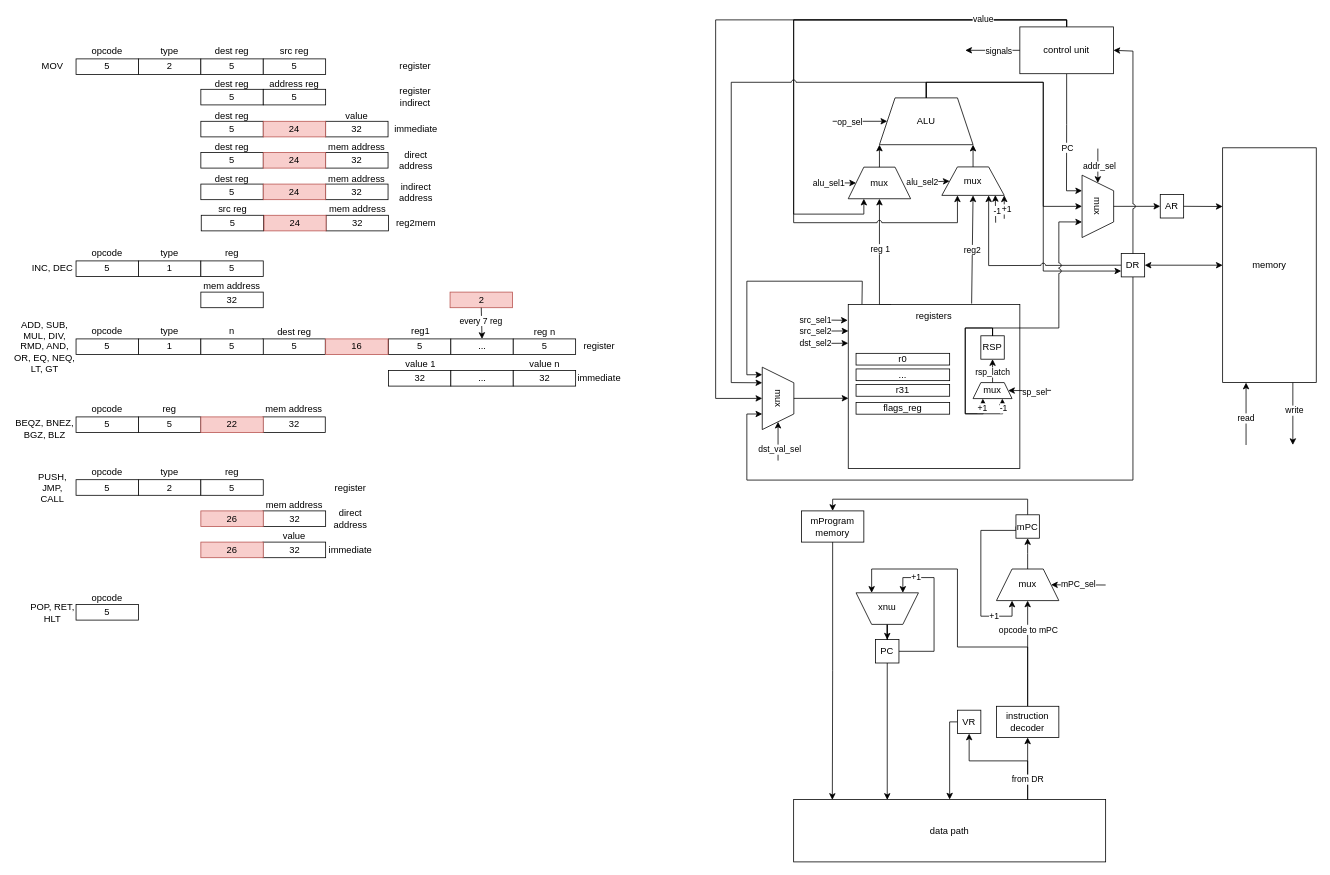
Earlier version of the draw.io diagram resources/csa_lab4.drawio (vanya9090/csa_lab4). Source tidied: cells renumbered, new cells numbered last; positions are measured from the earlier drawing's top-left corner, leaving out a move shared by most shapes. Both pictures are drawn from the tidied source at 78%, with x=0, y=0 at pixel (13, 20).
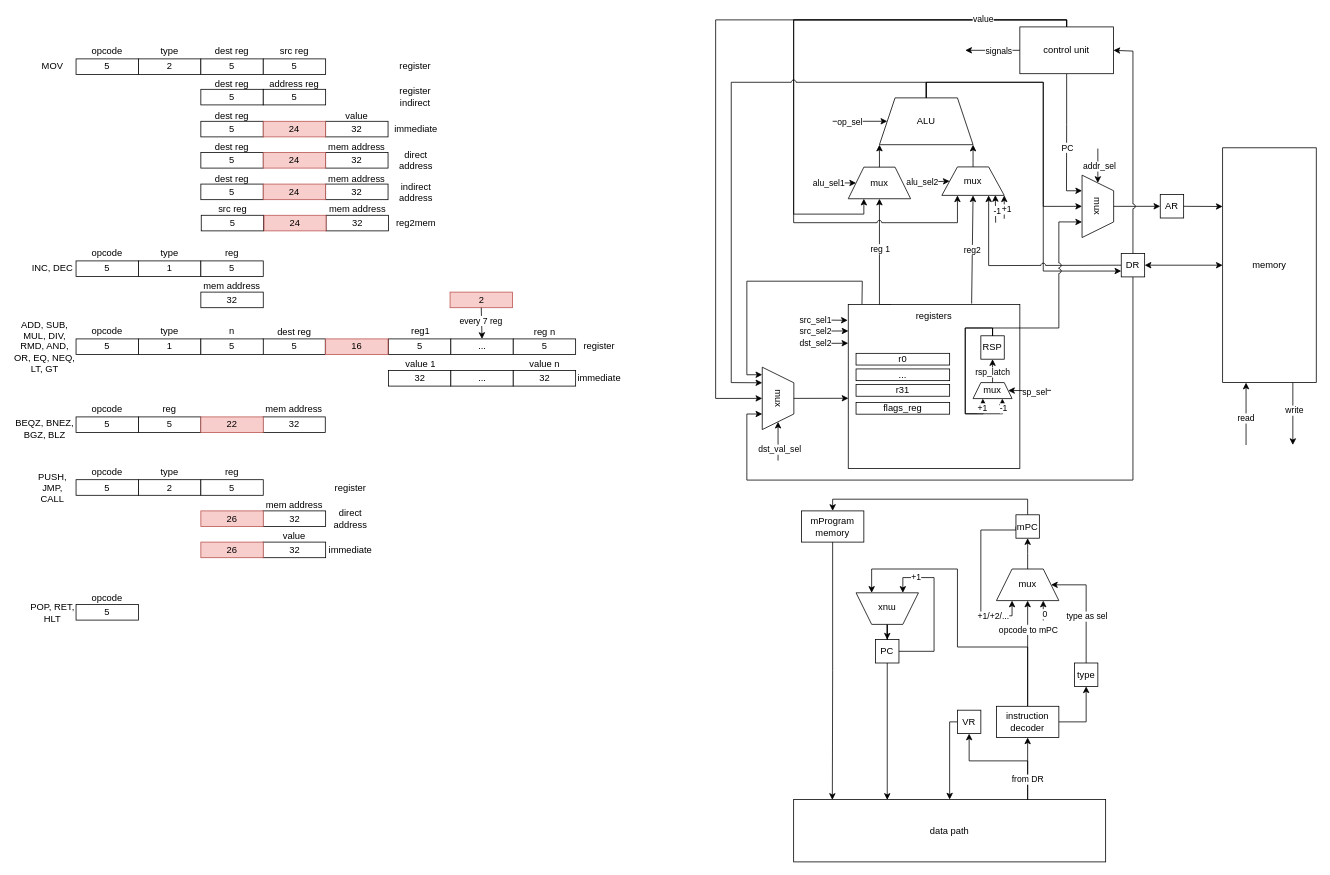
The same diagram, later.

Commit message (it also covers changes not shown here):
add type jmp in microcode

Unchanged cells that the change refers to:
```xml
<mxCell id="150" value="instruction&lt;div&gt;decoder&lt;/div&gt;" style="rounded=0;whiteSpace=wrap;html=1;" parent="1" vertex="1">
  <mxGeometry x="1260" y="880" width="80" height="40" as="geometry" />
</mxCell>
<mxCell id="156" value="mux" style="shape=trapezoid;perimeter=trapezoidPerimeter;whiteSpace=wrap;html=1;fixedSize=1;rotation=0;" parent="1" vertex="1">
  <mxGeometry x="1260" y="704" width="80" height="40.5" as="geometry" />
</mxCell>
<mxCell id="160" value="mPC" style="rounded=0;whiteSpace=wrap;html=1;" parent="1" vertex="1">
  <mxGeometry x="1285" y="634.5" width="30" height="30" as="geometry" />
</mxCell>
```

The edit, as a diff of the source:
```diff
@@
+    <mxCell id="202" style="edgeStyle=orthogonalEdgeStyle;rounded=0;jettySize=auto;html=1;entryX=0.5;entryY=1;entryDx=0;entryDy=0;" parent="1" edge="1" source="150" target="205">
+      <mxGeometry relative="1" as="geometry" />
+    </mxCell>
@@
     <mxCell id="157" style="edgeStyle=orthogonalEdgeStyle;rounded=0;jettySize=auto;html=1;entryX=0.25;entryY=1;entryDx=0;entryDy=0;exitX=0;exitY=0.5;exitDx=0;exitDy=0;" parent="1" edge="1" source="160" target="156">
       <mxGeometry relative="1" as="geometry">
         <Array as="points">
-          <mxPoint x="1285" y="654.5" />
-          <mxPoint x="1240" y="654.5" />
-          <mxPoint x="1240" y="764.5" />
-          <mxPoint x="1280" y="764.5" />
+          <mxPoint x="1285" y="654" />
+          <mxPoint x="1240" y="654" />
+          <mxPoint x="1240" y="764" />
+          <mxPoint x="1280" y="764" />
         </Array>
       </mxGeometry>
     </mxCell>
-    <mxCell id="158" value="+1" style="edgeLabel;html=1;align=center;verticalAlign=middle;" parent="157" vertex="1">
+    <mxCell id="158" value="+1/+2/..." style="edgeLabel;html=1;align=center;verticalAlign=middle;" parent="157" vertex="1">
       <mxGeometry x="0.6" relative="1" as="geometry" />
     </mxCell>
@@
-    <mxCell id="161" value="mPC_sel" style="endArrow=classic;html=1;rounded=0;entryX=1;entryY=0.5;entryDx=0;entryDy=0;" parent="1" edge="1" target="156">
-      <mxGeometry relative="1" as="geometry">
-        <mxPoint x="1400" y="724.5" as="sourcePoint" />
-      </mxGeometry>
-    </mxCell>
@@
+    <mxCell id="203" style="edgeStyle=orthogonalEdgeStyle;rounded=0;jettySize=auto;html=1;entryX=1;entryY=0.5;entryDx=0;entryDy=0;" parent="1" edge="1" source="205" target="156">
+      <mxGeometry relative="1" as="geometry">
+        <Array as="points">
+          <mxPoint x="1375" y="724" />
+        </Array>
+      </mxGeometry>
+    </mxCell>
+    <mxCell id="204" value="type as sel" style="edgeLabel;html=1;align=center;verticalAlign=middle;" parent="203" vertex="1">
+      <mxGeometry x="-0.17" relative="1" as="geometry" />
+    </mxCell>
+    <mxCell id="205" value="type" style="rounded=0;whiteSpace=wrap;html=1;" parent="1" vertex="1">
+      <mxGeometry x="1360" y="824.5" width="30" height="30" as="geometry" />
+    </mxCell>
+    <mxCell id="206" style="endArrow=classic;html=1;rounded=0;entryX=0.75;entryY=1;entryDx=0;entryDy=0;" parent="1" edge="1" target="156">
+      <mxGeometry relative="1" as="geometry">
+        <mxPoint x="1320" y="770" as="sourcePoint" />
+      </mxGeometry>
+    </mxCell>
+    <mxCell id="207" value="0" style="edgeLabel;html=1;align=center;verticalAlign=middle;" parent="206" vertex="1">
+      <mxGeometry x="-0.27" y="-1" relative="1" as="geometry" />
+    </mxCell>
```
